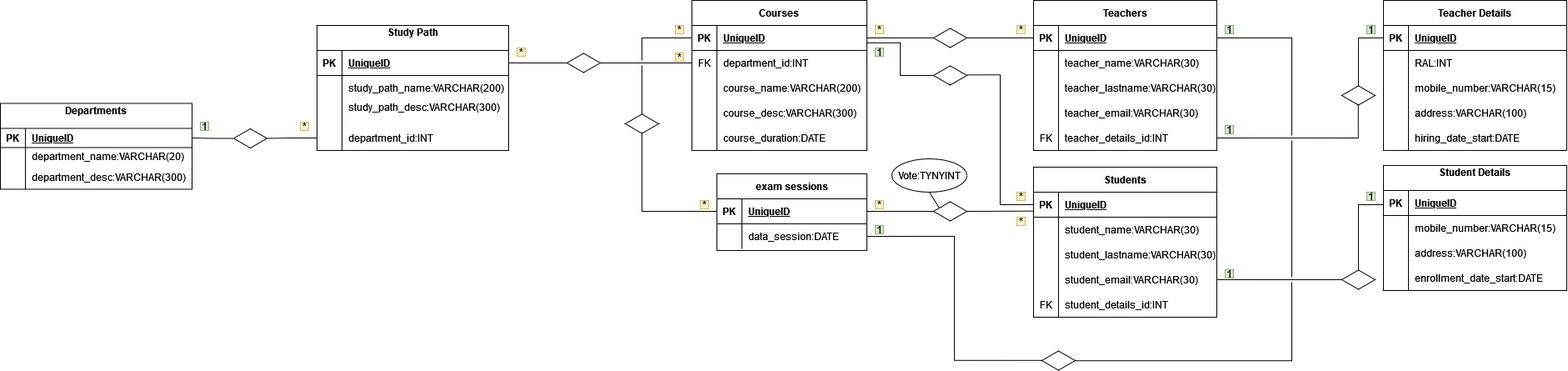
EgidioSperanza/db-university keeps this draw.io diagram as University.drawio.png. Above is the earlier version. Source tidied: cells renumbered, new cells last; positions are measured from the earlier drawing's top-left corner, leaving out a move shared by most shapes.
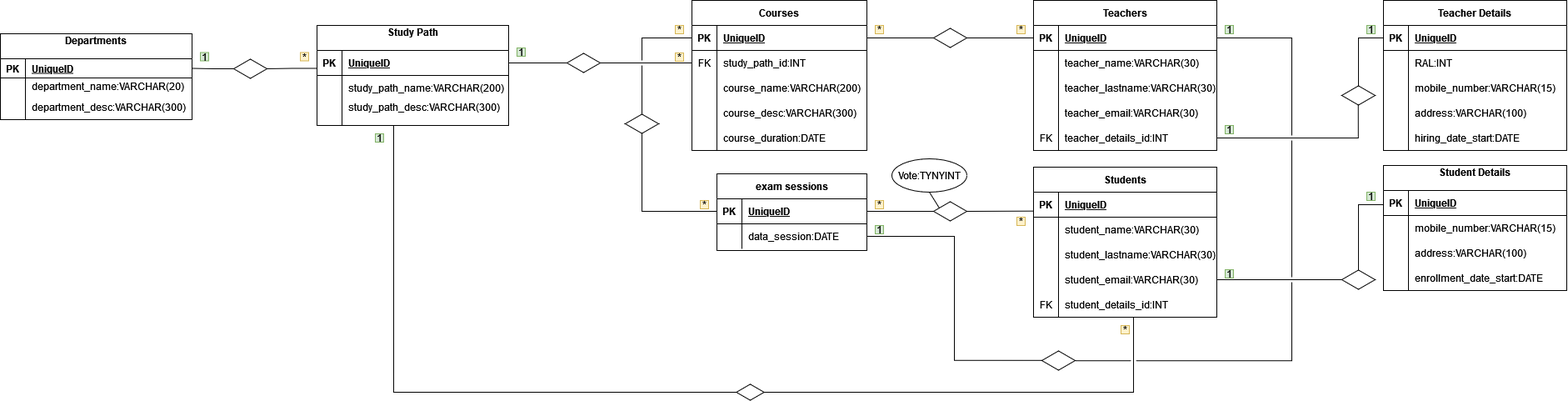
After the commit.

Commit message:
improved student logic course

The edit, as a diff of the source:
```diff
@@ -3,7 +3,7 @@
     <mxCell id="0" />
     <mxCell id="1" parent="0" />
     <mxCell id="2" value="Study Path&#10;" style="shape=table;startSize=30;rowLines=0;fontStyle=1;align=center;" parent="1" vertex="1">
-      <mxGeometry x="380" y="30" width="230" height="150" as="geometry" />
+      <mxGeometry x="380" y="30" width="230" height="120" as="geometry" />
     </mxCell>
     <mxCell id="3" style="shape=partialRectangle;fillColor=none;top=0;left=0;bottom=1;right=0;points=[[0,0.5],[1,0.5]];portConstraint=eastwest;" parent="2" vertex="1">
       <mxGeometry y="30" width="230" height="30" as="geometry" />
@@ -32,15 +32,6 @@
     <mxCell id="11" value="study_path_desc:VARCHAR(300)&#10;" style="shape=partialRectangle;fillColor=none;top=0;left=0;bottom=0;right=0;align=left;spacingLeft=6;overflow=hidden;" parent="9" vertex="1">
       <mxGeometry x="30" width="200" height="30" as="geometry" />
     </mxCell>
-    <mxCell id="12" style="shape=partialRectangle;fillColor=none;top=0;left=0;bottom=0;right=0;points=[[0,0.5],[1,0.5]];portConstraint=eastwest;" parent="2" vertex="1">
-      <mxGeometry y="120" width="230" height="30" as="geometry" />
-    </mxCell>
-    <mxCell id="13" style="shape=partialRectangle;fillColor=none;top=0;left=0;bottom=0;right=0;overflow=hidden;" parent="12" vertex="1">
-      <mxGeometry width="30" height="30" as="geometry" />
-    </mxCell>
-    <mxCell id="14" value="department_id:INT" style="shape=partialRectangle;fillColor=none;top=0;left=0;bottom=0;right=0;align=left;spacingLeft=6;overflow=hidden;" parent="12" vertex="1">
-      <mxGeometry x="30" width="200" height="30" as="geometry" />
-    </mxCell>
     <mxCell id="15" value="Courses" style="shape=table;startSize=30;rowLines=0;fontStyle=1;align=center;" parent="1" vertex="1">
       <mxGeometry x="830" width="210" height="180" as="geometry" />
     </mxCell>
@@ -59,7 +50,7 @@
     <mxCell id="20" value="FK" style="shape=partialRectangle;fillColor=none;top=0;left=0;bottom=0;right=0;overflow=hidden;" parent="19" vertex="1">
       <mxGeometry width="30" height="30" as="geometry" />
     </mxCell>
-    <mxCell id="21" value="department_id:INT" style="shape=partialRectangle;fillColor=none;top=0;left=0;bottom=0;right=0;align=left;spacingLeft=6;overflow=hidden;" parent="19" vertex="1">
+    <mxCell id="21" value="study_path_id:INT" style="shape=partialRectangle;fillColor=none;top=0;left=0;bottom=0;right=0;align=left;spacingLeft=6;overflow=hidden;" parent="19" vertex="1">
       <mxGeometry x="30" width="180" height="30" as="geometry" />
     </mxCell>
     <mxCell id="22" style="shape=partialRectangle;fillColor=none;top=0;left=0;bottom=0;right=0;" parent="15" vertex="1">
@@ -164,6 +155,14 @@
     <mxCell id="55" value="*" style="text;html=1;strokeColor=#d6b656;fillColor=#fff2cc;align=center;verticalAlign=middle;whiteSpace=wrap;rounded=0;" parent="1" vertex="1">
       <mxGeometry x="1050" y="30" width="10" height="10" as="geometry" />
     </mxCell>
+    <mxCell id="155" style="edgeStyle=orthogonalEdgeStyle;rounded=0;jettySize=auto;html=1;entryX=0.4;entryY=1.007;entryDx=0;entryDy=0;entryPerimeter=0;endArrow=none;endFill=0;" parent="1" edge="1" source="56" target="9">
+      <mxGeometry relative="1" as="geometry">
+        <Array as="points">
+          <mxPoint x="1360" y="470" />
+          <mxPoint x="472" y="470" />
+        </Array>
+      </mxGeometry>
+    </mxCell>
     <mxCell id="56" value="Students" style="shape=table;startSize=30;rowLines=0;fontStyle=1;align=center;" parent="1" vertex="1">
       <mxGeometry x="1240" y="200" width="220" height="180" as="geometry" />
     </mxCell>
@@ -212,20 +211,11 @@
     <mxCell id="71" value="student_details_id:INT" style="shape=partialRectangle;fillColor=none;top=0;left=0;bottom=0;right=0;align=left;spacingLeft=6;overflow=hidden;" parent="69" vertex="1">
       <mxGeometry x="30" width="190" height="30" as="geometry" />
     </mxCell>
-    <mxCell id="72" style="edgeStyle=orthogonalEdgeStyle;rounded=0;jettySize=auto;html=1;exitX=0;exitY=0.5;exitDx=0;exitDy=0;entryX=0.997;entryY=0.698;entryDx=0;entryDy=0;entryPerimeter=0;endArrow=none;endFill=0;startArrow=none;" parent="1" edge="1" source="73" target="16">
-      <mxGeometry relative="1" as="geometry" />
-    </mxCell>
-    <mxCell id="73" style="html=1;whiteSpace=wrap;shape=isoRectangle;" parent="1" vertex="1">
-      <mxGeometry x="1120" y="78" width="40" height="24" as="geometry" />
-    </mxCell>
-    <mxCell id="74" style="edgeStyle=orthogonalEdgeStyle;rounded=0;jumpStyle=gap;jettySize=auto;html=1;exitX=0;exitY=0.5;exitDx=0;exitDy=0;entryX=1.008;entryY=0.472;entryDx=0;entryDy=0;entryPerimeter=0;endArrow=none;endFill=0;" parent="1" edge="1" source="57" target="73">
-      <mxGeometry relative="1" as="geometry" />
-    </mxCell>
     <mxCell id="75" value="&lt;div&gt;1&lt;/div&gt;" style="text;html=1;strokeColor=#82b366;fillColor=#d5e8d4;align=center;verticalAlign=middle;whiteSpace=wrap;rounded=0;" parent="1" vertex="1">
-      <mxGeometry x="1050" y="57" width="10" height="10" as="geometry" />
+      <mxGeometry x="450" y="160" width="10" height="10" as="geometry" />
     </mxCell>
     <mxCell id="76" value="*" style="text;html=1;strokeColor=#d6b656;fillColor=#fff2cc;align=center;verticalAlign=middle;whiteSpace=wrap;rounded=0;" parent="1" vertex="1">
-      <mxGeometry x="1220" y="230" width="10" height="10" as="geometry" />
+      <mxGeometry x="1345" y="390" width="10" height="10" as="geometry" />
     </mxCell>
     <mxCell id="77" value="exam sessions" style="shape=table;startSize=30;rowLines=0;fontStyle=1;align=center;" parent="1" vertex="1">
       <mxGeometry x="860" y="208" width="180" height="92" as="geometry" />
@@ -436,7 +426,7 @@
       </mxGeometry>
     </mxCell>
     <mxCell id="139" value="Departments&#10;" style="shape=table;startSize=30;rowLines=0;fontStyle=1;align=center;" parent="1" vertex="1">
-      <mxGeometry y="123.5" width="230" height="103" as="geometry" />
+      <mxGeometry y="40" width="230" height="103" as="geometry" />
     </mxCell>
     <mxCell id="140" style="shape=partialRectangle;fillColor=none;top=0;left=0;bottom=1;right=0;points=[[0,0.5],[1,0.5]];portConstraint=eastwest;" parent="139" vertex="1">
       <mxGeometry y="30" width="230" height="23" as="geometry" />
@@ -469,19 +459,24 @@
       <mxGeometry relative="1" as="geometry" />
     </mxCell>
     <mxCell id="150" value="&lt;div&gt;1&lt;/div&gt;" style="text;html=1;strokeColor=#82b366;fillColor=#d5e8d4;align=center;verticalAlign=middle;whiteSpace=wrap;rounded=0;" parent="1" vertex="1">
-      <mxGeometry x="240" y="146" width="10" height="10" as="geometry" />
+      <mxGeometry x="240" y="62.5" width="10" height="10" as="geometry" />
     </mxCell>
     <mxCell id="151" value="*" style="text;html=1;strokeColor=#d6b656;fillColor=#fff2cc;align=center;verticalAlign=middle;whiteSpace=wrap;rounded=0;" parent="1" vertex="1">
-      <mxGeometry x="360" y="146" width="10" height="10" as="geometry" />
+      <mxGeometry x="360" y="62.5" width="10" height="10" as="geometry" />
     </mxCell>
     <mxCell id="152" style="html=1;whiteSpace=wrap;shape=isoRectangle;" parent="1" vertex="1">
-      <mxGeometry x="280" y="153.5" width="40" height="24" as="geometry" />
+      <mxGeometry x="280" y="70" width="40" height="24" as="geometry" />
     </mxCell>
-    <mxCell id="153" style="edgeStyle=orthogonalEdgeStyle;rounded=0;jettySize=auto;html=1;exitX=0;exitY=0.5;exitDx=0;exitDy=0;entryX=1;entryY=0.5;entryDx=0;entryDy=0;endArrow=none;endFill=0;" parent="1" edge="1" source="12" target="152">
-      <mxGeometry relative="1" as="geometry" />
+    <mxCell id="153" style="edgeStyle=orthogonalEdgeStyle;rounded=0;jettySize=auto;html=1;exitX=0;exitY=0.5;exitDx=0;exitDy=0;entryX=1;entryY=0.5;entryDx=0;entryDy=0;endArrow=none;endFill=0;" parent="1" edge="1" target="152">
+      <mxGeometry relative="1" as="geometry">
+        <mxPoint x="380" y="81.5" as="sourcePoint" />
+      </mxGeometry>
     </mxCell>
-    <mxCell id="154" value="*" style="text;html=1;strokeColor=#d6b656;fillColor=#fff2cc;align=center;verticalAlign=middle;whiteSpace=wrap;rounded=0;" parent="1" vertex="1">
-      <mxGeometry x="620" y="57" width="10" height="10" as="geometry" />
-    </mxCell>
+    <mxCell id="156" value="&lt;div&gt;1&lt;/div&gt;" style="text;html=1;strokeColor=#82b366;fillColor=#d5e8d4;align=center;verticalAlign=middle;whiteSpace=wrap;rounded=0;" parent="1" vertex="1">
+      <mxGeometry x="620" y="57" width="10" height="10" as="geometry" />
+    </mxCell>
+    <mxCell id="157" style="html=1;whiteSpace=wrap;shape=isoRectangle;" parent="1" vertex="1">
+      <mxGeometry x="883.3" y="460" width="33.3" height="20" as="geometry" />
+    </mxCell>
   </root>
 </mxGraphModel>
```
